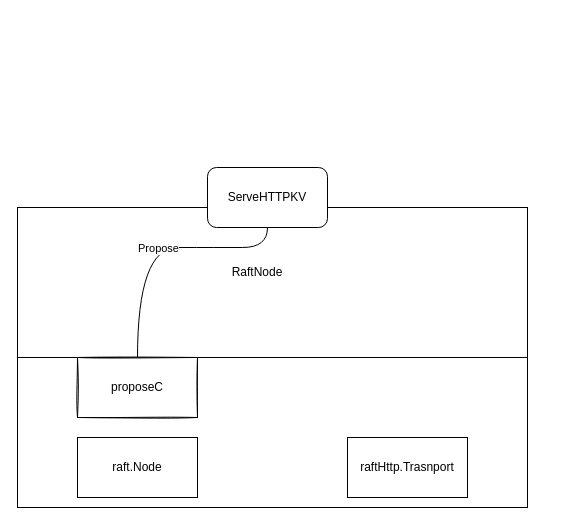
The draw.io diagram Untitled Diagram.drawio in LxkdGithub/draw.io, before the edit. Source tidied: cells renumbered, new cells numbered last; positions are measured from the earlier drawing's top-left corner, leaving out a move shared by most shapes. Both pictures are drawn from the tidied source at 100%, with x=0, y=0 at pixel (17, 167).
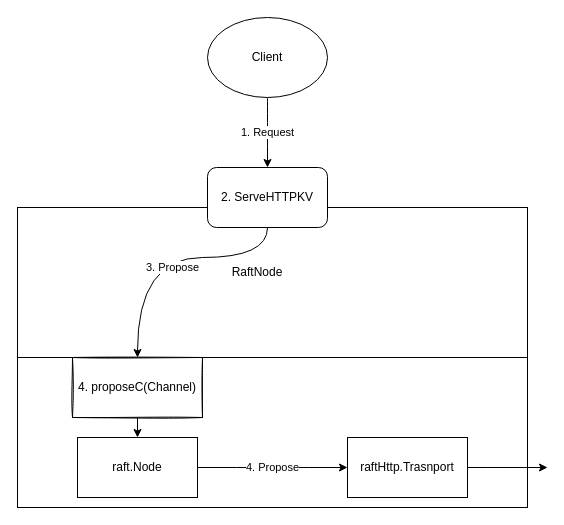
The same diagram, later.

The change refers to these unchanged cells:
```xml
<mxCell id="3" value="raft.Node" style="rounded=0;whiteSpace=wrap;html=1;" parent="1" vertex="1">
  <mxGeometry x="60" y="270" width="120" height="60" as="geometry" />
</mxCell>
<mxCell id="4" value="raftHttp.Trasnport" style="rounded=0;whiteSpace=wrap;html=1;" parent="1" vertex="1">
  <mxGeometry x="330" y="270" width="120" height="60" as="geometry" />
</mxCell>
```

What changed in the source:
```diff
@@
+    <mxCell id="12" value="4. Propose" style="edgeStyle=orthogonalEdgeStyle;curved=1;rounded=0;jettySize=auto;html=1;entryX=0;entryY=0.5;entryDx=0;entryDy=0;" parent="1" edge="1" source="3" target="4">
+      <mxGeometry relative="1" as="geometry">
+        <Array as="points">
+          <mxPoint x="260" y="300" />
+          <mxPoint x="260" y="300" />
+        </Array>
+      </mxGeometry>
+    </mxCell>
@@
+    <mxCell id="13" style="edgeStyle=orthogonalEdgeStyle;curved=1;rounded=0;jettySize=auto;html=1;" parent="1" edge="1" source="4">
+      <mxGeometry relative="1" as="geometry">
+        <mxPoint x="530" y="300" as="targetPoint" />
+      </mxGeometry>
+    </mxCell>
@@
-    <mxCell id="6" value="ServeHTTPKV" style="rounded=1;whiteSpace=wrap;html=1;" parent="1" vertex="1">
+    <mxCell id="6" value="2. ServeHTTPKV" style="rounded=1;whiteSpace=wrap;html=1;" parent="1" vertex="1">
       <mxGeometry x="190" width="120" height="60" as="geometry" />
     </mxCell>
@@
-    <mxCell id="8" style="endArrow=none;html=1;rounded=0;entryX=0.5;entryY=0;entryDx=0;entryDy=0;exitX=0.5;exitY=1;exitDx=0;exitDy=0;edgeStyle=orthogonalEdgeStyle;curved=1;" parent="1" edge="1" source="6" target="10">
-      <mxGeometry relative="1" as="geometry">
-        <Array as="points">
-          <mxPoint x="200" y="80" />
-          <mxPoint x="90" y="80" />
-        </Array>
-      </mxGeometry>
-    </mxCell>
-    <mxCell id="9" value="Propose" style="edgeLabel;html=1;align=center;verticalAlign=middle;" parent="8" vertex="1">
-      <mxGeometry relative="1" as="geometry" />
-    </mxCell>
+    <mxCell id="14" style="edgeStyle=orthogonalEdgeStyle;curved=1;rounded=0;jettySize=auto;html=1;entryX=0.5;entryY=0;entryDx=0;entryDy=0;" parent="1" edge="1" source="10" target="3">
+      <mxGeometry relative="1" as="geometry" />
+    </mxCell>
-    <mxCell id="10" value="proposeC" style="rounded=0;whiteSpace=wrap;html=1;labelBackgroundColor=none;sketch=1;shadow=0;glass=0;" parent="1" vertex="1">
-      <mxGeometry x="60" y="190" width="120" height="60" as="geometry" />
+    <mxCell id="10" value="4. proposeC(Channel)" style="rounded=0;whiteSpace=wrap;html=1;labelBackgroundColor=none;sketch=1;shadow=0;glass=0;" parent="1" vertex="1">
+      <mxGeometry x="55" y="190" width="130" height="60" as="geometry" />
     </mxCell>
@@
+    <mxCell id="8" style="endArrow=classic;html=1;rounded=0;entryX=0.5;entryY=0;entryDx=0;entryDy=0;exitX=0.5;exitY=1;exitDx=0;exitDy=0;edgeStyle=orthogonalEdgeStyle;curved=1;" parent="1" edge="1" source="6" target="10">
+      <mxGeometry relative="1" as="geometry">
+        <Array as="points">
+          <mxPoint x="250" y="90" />
+          <mxPoint x="120" y="90" />
+        </Array>
+      </mxGeometry>
+    </mxCell>
+    <mxCell id="15" value="3. Propose" style="edgeLabel;html=1;align=center;verticalAlign=middle;" parent="8" vertex="1">
+      <mxGeometry x="-0.03" y="9" relative="1" as="geometry" />
+    </mxCell>
+    <mxCell id="16" value="1. Request" style="edgeStyle=orthogonalEdgeStyle;curved=1;rounded=0;jettySize=auto;html=1;entryX=0.5;entryY=0;entryDx=0;entryDy=0;" parent="1" edge="1" source="17" target="6">
+      <mxGeometry relative="1" as="geometry" />
+    </mxCell>
+    <mxCell id="17" value="Client" style="ellipse;whiteSpace=wrap;html=1;rounded=0;shadow=0;glass=0;labelBackgroundColor=none;sketch=0;" parent="1" vertex="1">
+      <mxGeometry x="190" y="-150" width="120" height="80" as="geometry" />
+    </mxCell>
```
